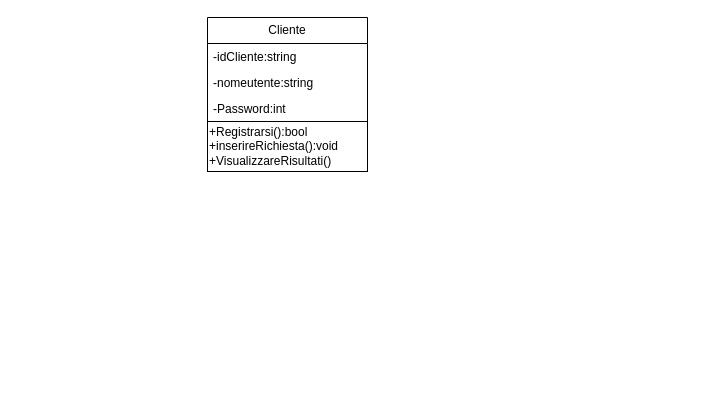
Earlier version of the draw.io diagram DiagrammadiClasse.drawio (RafidISL/DiagrammiUML). Source tidied: cells renumbered, new cells numbered last; positions are measured from the earlier drawing's top-left corner, leaving out a move shared by most shapes. Both pictures are drawn from the tidied source at 100%, with x=0, y=0 at pixel (207, 17).
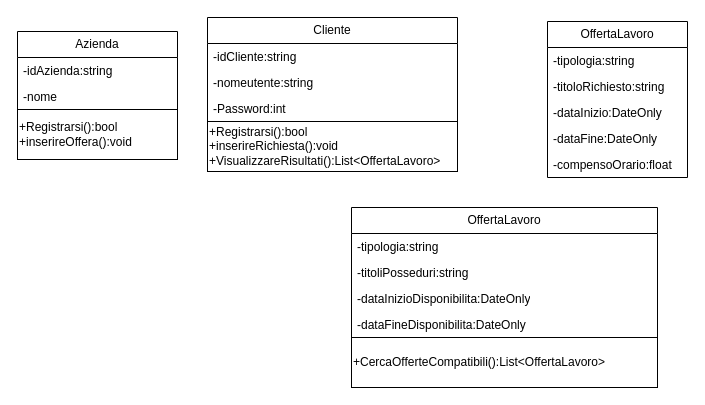
The same page after the edit.

Commit message:
Aggiunte classi Azienda e Richiesta occupazione e sistemate alcune classi

Change to the diagram source:
```diff
@@
     <mxCell id="2" style="group;" parent="1" vertex="1">
-      <mxGeometry width="160" height="154" as="geometry" />
+      <mxGeometry width="250" height="154" as="geometry" />
     </mxCell>
     <mxCell id="3" value="Cliente" style="swimlane;fontStyle=0;horizontal=1;startSize=26;fillColor=none;whiteSpace=wrap;html=1;" parent="2" vertex="1">
-      <mxGeometry width="160" height="104" as="geometry" />
+      <mxGeometry width="250" height="104" as="geometry" />
     </mxCell>
     <mxCell id="4" value="-idCliente:string" style="text;strokeColor=none;fillColor=none;align=left;verticalAlign=top;spacingLeft=4;spacingRight=4;overflow=hidden;whiteSpace=wrap;html=1;" parent="3" vertex="1">
-      <mxGeometry y="26" width="160" height="26" as="geometry" />
+      <mxGeometry y="26" width="250" height="26" as="geometry" />
     </mxCell>
     <mxCell id="5" value="-nomeutente:string" style="text;strokeColor=none;fillColor=none;align=left;verticalAlign=top;spacingLeft=4;spacingRight=4;overflow=hidden;whiteSpace=wrap;html=1;" parent="3" vertex="1">
-      <mxGeometry y="52" width="160" height="26" as="geometry" />
+      <mxGeometry y="52" width="250" height="26" as="geometry" />
     </mxCell>
     <mxCell id="6" value="-Password:int" style="text;strokeColor=none;fillColor=none;align=left;verticalAlign=top;spacingLeft=4;spacingRight=4;overflow=hidden;whiteSpace=wrap;html=1;" parent="3" vertex="1">
-      <mxGeometry y="78" width="160" height="26" as="geometry" />
+      <mxGeometry y="78" width="250" height="26" as="geometry" />
     </mxCell>
-    <mxCell id="7" value="+Registrarsi():bool&lt;div&gt;+inserireRichiesta():void&lt;/div&gt;&lt;div&gt;+VisualizzareRisultati()&lt;/div&gt;" style="html=1;whiteSpace=wrap;align=left;" parent="2" vertex="1">
-      <mxGeometry y="104" width="160" height="50" as="geometry" />
+    <mxCell id="7" value="+Registrarsi():bool&lt;div&gt;+inserireRichiesta():void&lt;/div&gt;&lt;div&gt;+VisualizzareRisultati():List&amp;lt;OffertaLavoro&amp;gt;&lt;/div&gt;" style="html=1;whiteSpace=wrap;align=left;" parent="2" vertex="1">
+      <mxGeometry y="104" width="250" height="50" as="geometry" />
     </mxCell>
+    <mxCell id="8" value="OffertaLavoro" style="swimlane;fontStyle=0;horizontal=1;startSize=26;fillColor=none;whiteSpace=wrap;html=1;" parent="1" vertex="1">
+      <mxGeometry x="340" y="4" width="140" height="156" as="geometry" />
+    </mxCell>
+    <mxCell id="9" value="-tipologia:string" style="text;strokeColor=none;fillColor=none;align=left;verticalAlign=top;spacingLeft=4;spacingRight=4;overflow=hidden;whiteSpace=wrap;html=1;" parent="8" vertex="1">
+      <mxGeometry y="26" width="140" height="26" as="geometry" />
+    </mxCell>
+    <mxCell id="10" value="-titoloRichiesto:string" style="text;strokeColor=none;fillColor=none;align=left;verticalAlign=top;spacingLeft=4;spacingRight=4;overflow=hidden;whiteSpace=wrap;html=1;" parent="8" vertex="1">
+      <mxGeometry y="52" width="140" height="26" as="geometry" />
+    </mxCell>
+    <mxCell id="11" value="-dataInizio:DateOnly" style="text;strokeColor=none;fillColor=none;align=left;verticalAlign=top;spacingLeft=4;spacingRight=4;overflow=hidden;whiteSpace=wrap;html=1;" parent="8" vertex="1">
+      <mxGeometry y="78" width="140" height="26" as="geometry" />
+    </mxCell>
+    <mxCell id="12" value="-dataFine:DateOnly" style="text;strokeColor=none;fillColor=none;align=left;verticalAlign=top;spacingLeft=4;spacingRight=4;overflow=hidden;whiteSpace=wrap;html=1;" parent="8" vertex="1">
+      <mxGeometry y="104" width="140" height="26" as="geometry" />
+    </mxCell>
+    <mxCell id="13" value="-compensoOrario:float" style="text;strokeColor=none;fillColor=none;align=left;verticalAlign=top;spacingLeft=4;spacingRight=4;overflow=hidden;whiteSpace=wrap;html=1;" parent="8" vertex="1">
+      <mxGeometry y="130" width="140" height="26" as="geometry" />
+    </mxCell>
+    <mxCell id="14" style="group;" parent="1" vertex="1">
+      <mxGeometry x="-190" y="14" width="160" height="128" as="geometry" />
+    </mxCell>
+    <mxCell id="15" value="Azienda" style="swimlane;fontStyle=0;horizontal=1;startSize=26;fillColor=none;whiteSpace=wrap;html=1;" parent="14" vertex="1">
+      <mxGeometry width="160" height="78" as="geometry" />
+    </mxCell>
+    <mxCell id="16" value="-idAzienda:string" style="text;strokeColor=none;fillColor=none;align=left;verticalAlign=top;spacingLeft=4;spacingRight=4;overflow=hidden;whiteSpace=wrap;html=1;" parent="15" vertex="1">
+      <mxGeometry y="26" width="160" height="26" as="geometry" />
+    </mxCell>
+    <mxCell id="17" value="-nome" style="text;strokeColor=none;fillColor=none;align=left;verticalAlign=top;spacingLeft=4;spacingRight=4;overflow=hidden;whiteSpace=wrap;html=1;" parent="15" vertex="1">
+      <mxGeometry y="52" width="160" height="26" as="geometry" />
+    </mxCell>
+    <mxCell id="18" value="+Registrarsi():bool&lt;div&gt;+inserireOffera():void&lt;/div&gt;" style="html=1;whiteSpace=wrap;align=left;" parent="14" vertex="1">
+      <mxGeometry y="78" width="160" height="50" as="geometry" />
+    </mxCell>
+    <mxCell id="19" style="group;" parent="1" vertex="1">
+      <mxGeometry x="144" y="190" width="306" height="180" as="geometry" />
+    </mxCell>
+    <mxCell id="20" value="OffertaLavoro" style="swimlane;fontStyle=0;horizontal=1;startSize=26;fillColor=none;whiteSpace=wrap;html=1;" parent="19" vertex="1">
+      <mxGeometry width="306" height="130" as="geometry" />
+    </mxCell>
+    <mxCell id="21" value="-tipologia:string" style="text;strokeColor=none;fillColor=none;align=left;verticalAlign=top;spacingLeft=4;spacingRight=4;overflow=hidden;whiteSpace=wrap;html=1;" parent="20" vertex="1">
+      <mxGeometry y="26" width="306" height="26" as="geometry" />
+    </mxCell>
+    <mxCell id="22" value="-titoliPosseduri:string" style="text;strokeColor=none;fillColor=none;align=left;verticalAlign=top;spacingLeft=4;spacingRight=4;overflow=hidden;whiteSpace=wrap;html=1;" parent="20" vertex="1">
+      <mxGeometry y="52" width="306" height="26" as="geometry" />
+    </mxCell>
+    <mxCell id="23" value="-dataInizioDisponibilita:DateOnly" style="text;strokeColor=none;fillColor=none;align=left;verticalAlign=top;spacingLeft=4;spacingRight=4;overflow=hidden;whiteSpace=wrap;html=1;" parent="20" vertex="1">
+      <mxGeometry y="78" width="306" height="26" as="geometry" />
+    </mxCell>
+    <mxCell id="24" value="-dataFineDisponibilita:DateOnly" style="text;strokeColor=none;fillColor=none;align=left;verticalAlign=top;spacingLeft=4;spacingRight=4;overflow=hidden;whiteSpace=wrap;html=1;" parent="20" vertex="1">
+      <mxGeometry y="104" width="306" height="26" as="geometry" />
+    </mxCell>
+    <mxCell id="25" value="+CercaOfferteCompatibili():List&amp;lt;OffertaLavoro&amp;gt;" style="html=1;whiteSpace=wrap;align=left;" parent="19" vertex="1">
+      <mxGeometry y="130" width="306" height="50" as="geometry" />
+    </mxCell>
```
